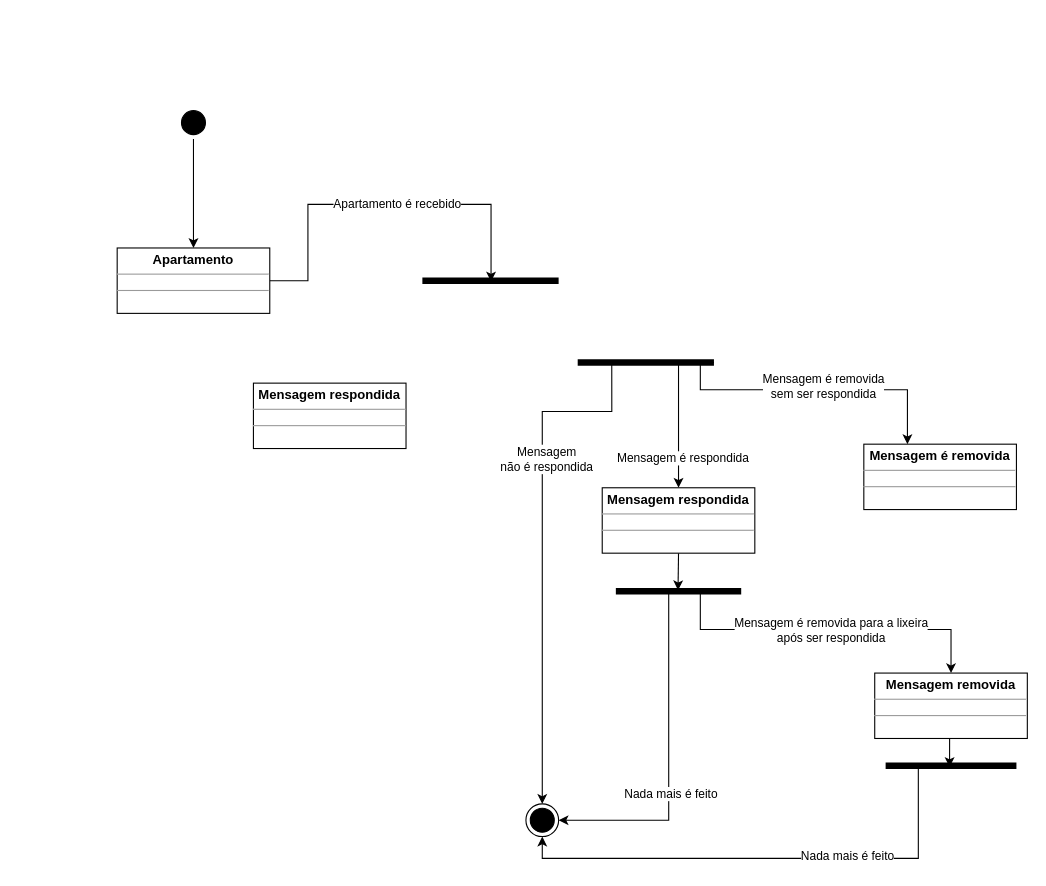
bruniculos08/AMS0001 keeps this draw.io diagram as Questão 04 - P2.drawio. Above is the earlier version. Source tidied: cells renumbered, new cells numbered last; positions are measured from the earlier drawing's top-left corner, leaving out a move shared by most shapes. Both pictures are drawn from the tidied source at 109%, with x=0, y=0 at pixel (117, 106).
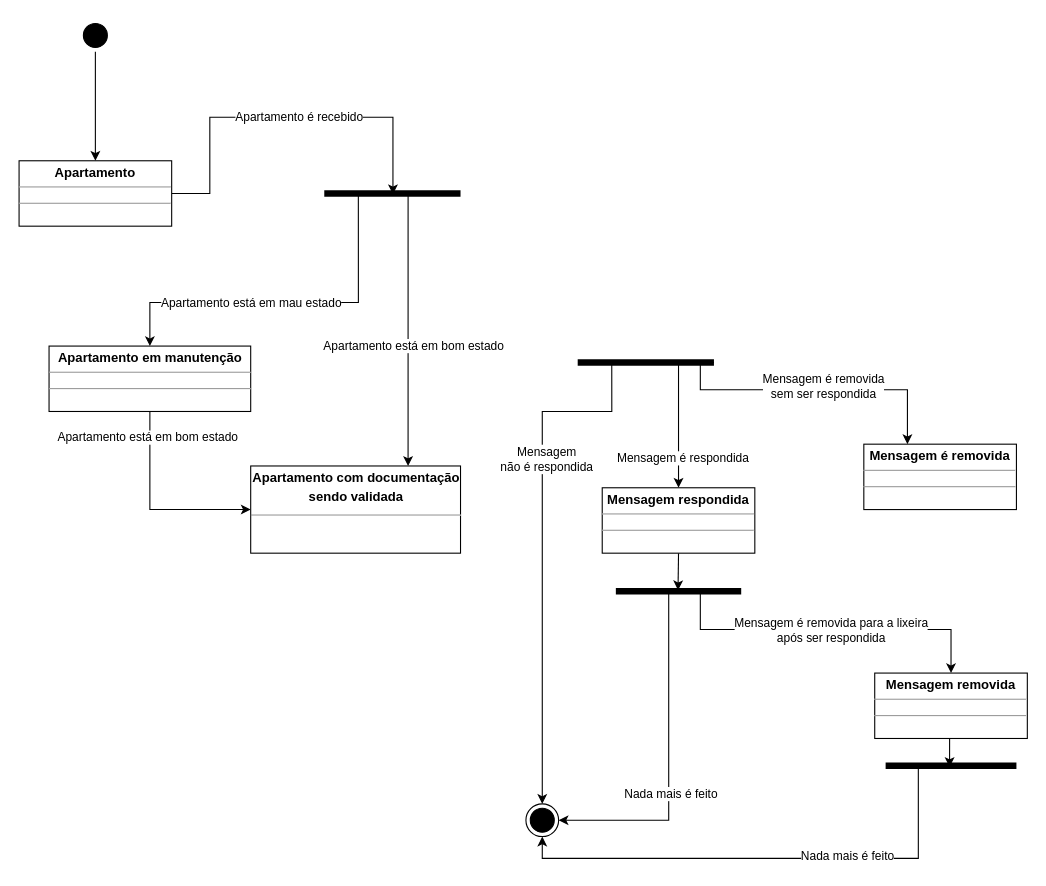
The same diagram, later.

Change to the diagram source:
```diff
@@
     <mxCell id="4" style="ellipse;html=1;shape=startState;fillColor=#000000;strokeColor=#000000;" parent="1" vertex="1">
-      <mxGeometry x="55" width="30" height="30" as="geometry" />
+      <mxGeometry x="-35" y="-80" width="30" height="30" as="geometry" />
     </mxCell>
     <mxCell id="5" style="edgeStyle=orthogonalEdgeStyle;rounded=0;jettySize=auto;html=1;exitX=1;exitY=0.5;exitDx=0;exitDy=0;entryX=0.504;entryY=0.574;entryDx=0;entryDy=0;entryPerimeter=0;" parent="1" edge="1" source="7" target="28">
       <mxGeometry relative="1" as="geometry">
         <Array as="points">
-          <mxPoint x="175" y="160" />
-          <mxPoint x="175" y="90" />
-          <mxPoint x="343" y="90" />
+          <mxPoint x="85" y="80" />
+          <mxPoint x="85" y="10" />
+          <mxPoint x="253" y="10" />
         </Array>
       </mxGeometry>
     </mxCell>
@@
     <mxCell id="7" value="&lt;p style=&quot;margin: 0px ; margin-top: 4px ; text-align: center&quot;&gt;&lt;b&gt;Apartamento&lt;/b&gt;&lt;/p&gt;&lt;hr size=&quot;1&quot;&gt;&lt;div style=&quot;height: 2px&quot;&gt;&lt;/div&gt;&lt;hr size=&quot;1&quot;&gt;&lt;div style=&quot;height: 2px&quot;&gt;&lt;/div&gt;" style="verticalAlign=top;align=left;overflow=fill;fontSize=12;fontFamily=Helvetica;html=1;strokeColor=#000000;" parent="1" vertex="1">
-      <mxGeometry y="130" width="140" height="60" as="geometry" />
+      <mxGeometry x="-90" y="50" width="140" height="60" as="geometry" />
     </mxCell>
@@
+    <mxCell id="30" style="edgeStyle=orthogonalEdgeStyle;rounded=0;jettySize=auto;html=1;exitX=0.25;exitY=0.5;exitDx=0;exitDy=0;exitPerimeter=0;entryX=0.5;entryY=0;entryDx=0;entryDy=0;" parent="1" edge="1" source="28" target="36">
+      <mxGeometry relative="1" as="geometry">
+        <Array as="points">
+          <mxPoint x="221" y="180" />
+          <mxPoint x="30" y="180" />
+        </Array>
+      </mxGeometry>
+    </mxCell>
+    <mxCell id="31" value="Apartamento está em mau estado" style="edgeLabel;html=1;align=center;verticalAlign=middle;" parent="30" vertex="1">
+      <mxGeometry x="0.1" y="-1" relative="1" as="geometry">
+        <mxPoint x="-17" y="1" as="offset" />
+      </mxGeometry>
+    </mxCell>
+    <mxCell id="32" style="edgeStyle=orthogonalEdgeStyle;rounded=0;jettySize=auto;html=1;exitX=0.75;exitY=0.5;exitDx=0;exitDy=0;exitPerimeter=0;entryX=0.75;entryY=0;entryDx=0;entryDy=0;" parent="1" edge="1" source="28" target="37">
+      <mxGeometry relative="1" as="geometry">
+        <Array as="points">
+          <mxPoint x="267" y="80" />
+        </Array>
+      </mxGeometry>
+    </mxCell>
+    <mxCell id="33" value="Apartamento está em bom estado" style="edgeLabel;html=1;align=center;verticalAlign=middle;" parent="32" vertex="1">
+      <mxGeometry x="0.17" y="5" relative="1" as="geometry" />
+    </mxCell>
     <mxCell id="28" style="shape=line;html=1;strokeWidth=6;strokeColor=#000000;" parent="1" vertex="1">
-      <mxGeometry x="280" y="155" width="125" height="10" as="geometry" />
+      <mxGeometry x="190" y="75" width="125" height="10" as="geometry" />
     </mxCell>
-    <mxCell id="29" value="&lt;p style=&quot;margin: 0px ; margin-top: 4px ; text-align: center&quot;&gt;&lt;b&gt;Mensagem respondida&lt;/b&gt;&lt;/p&gt;&lt;hr size=&quot;1&quot;&gt;&lt;div style=&quot;height: 2px&quot;&gt;&lt;/div&gt;&lt;hr size=&quot;1&quot;&gt;&lt;div style=&quot;height: 2px&quot;&gt;&lt;/div&gt;" style="verticalAlign=top;align=left;overflow=fill;fontSize=12;fontFamily=Helvetica;html=1;strokeColor=#000000;" parent="1" vertex="1">
-      <mxGeometry x="125" y="254" width="140" height="60" as="geometry" />
-    </mxCell>
+    <mxCell id="34" style="edgeStyle=orthogonalEdgeStyle;rounded=0;jettySize=auto;html=1;exitX=0.5;exitY=1;exitDx=0;exitDy=0;entryX=0;entryY=0.5;entryDx=0;entryDy=0;" parent="1" edge="1" source="36" target="37">
+      <mxGeometry relative="1" as="geometry" />
+    </mxCell>
+    <mxCell id="35" value="Apartamento está em bom estado" style="edgeLabel;html=1;align=center;verticalAlign=middle;" parent="34" vertex="1">
+      <mxGeometry x="-0.75" y="-3" relative="1" as="geometry" />
+    </mxCell>
+    <mxCell id="36" value="&lt;p style=&quot;margin: 0px ; margin-top: 4px ; text-align: center&quot;&gt;&lt;b&gt;Apartamento em manutenção&lt;/b&gt;&lt;/p&gt;&lt;hr size=&quot;1&quot;&gt;&lt;div style=&quot;height: 2px&quot;&gt;&lt;/div&gt;&lt;hr size=&quot;1&quot;&gt;&lt;div style=&quot;height: 2px&quot;&gt;&lt;/div&gt;" style="verticalAlign=top;align=left;overflow=fill;fontSize=12;fontFamily=Helvetica;html=1;strokeColor=#000000;" parent="1" vertex="1">
+      <mxGeometry x="-62.5" y="220" width="185" height="60" as="geometry" />
+    </mxCell>
+    <mxCell id="37" value="&lt;p style=&quot;margin: 0px ; margin-top: 4px ; text-align: center&quot;&gt;&lt;b&gt;Apartamento com documentação&lt;/b&gt;&lt;/p&gt;&lt;p style=&quot;margin: 0px ; margin-top: 4px ; text-align: center&quot;&gt;&lt;b&gt;sendo validada&lt;/b&gt;&lt;/p&gt;&lt;div style=&quot;height: 2px&quot;&gt;&lt;/div&gt;&lt;hr size=&quot;1&quot;&gt;&lt;div style=&quot;height: 2px&quot;&gt;&lt;/div&gt;" style="verticalAlign=top;align=left;overflow=fill;fontSize=12;fontFamily=Helvetica;html=1;strokeColor=#000000;" parent="1" vertex="1">
+      <mxGeometry x="122.5" y="330" width="192.5" height="80" as="geometry" />
+    </mxCell>
```
